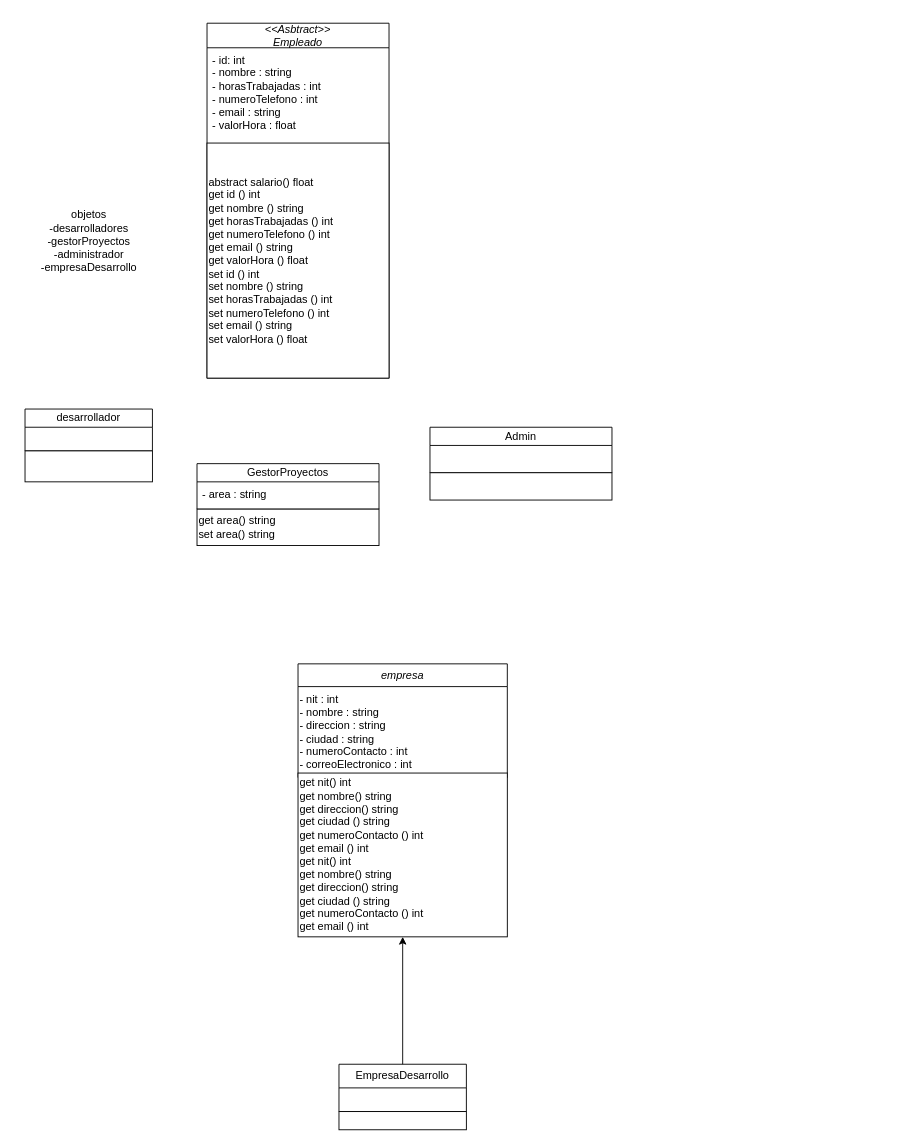
This is POOIUD/taller1/src/taller1.drawio from Leoardila95/POO-IUD, a draw.io file, before an edit. Source tidied: cells renumbered, new cells numbered last; positions are measured from the earlier drawing's top-left corner, leaving out a move shared by most shapes. Both pictures are drawn from the tidied source at 91%, with x=0, y=0 at pixel (25, 23).
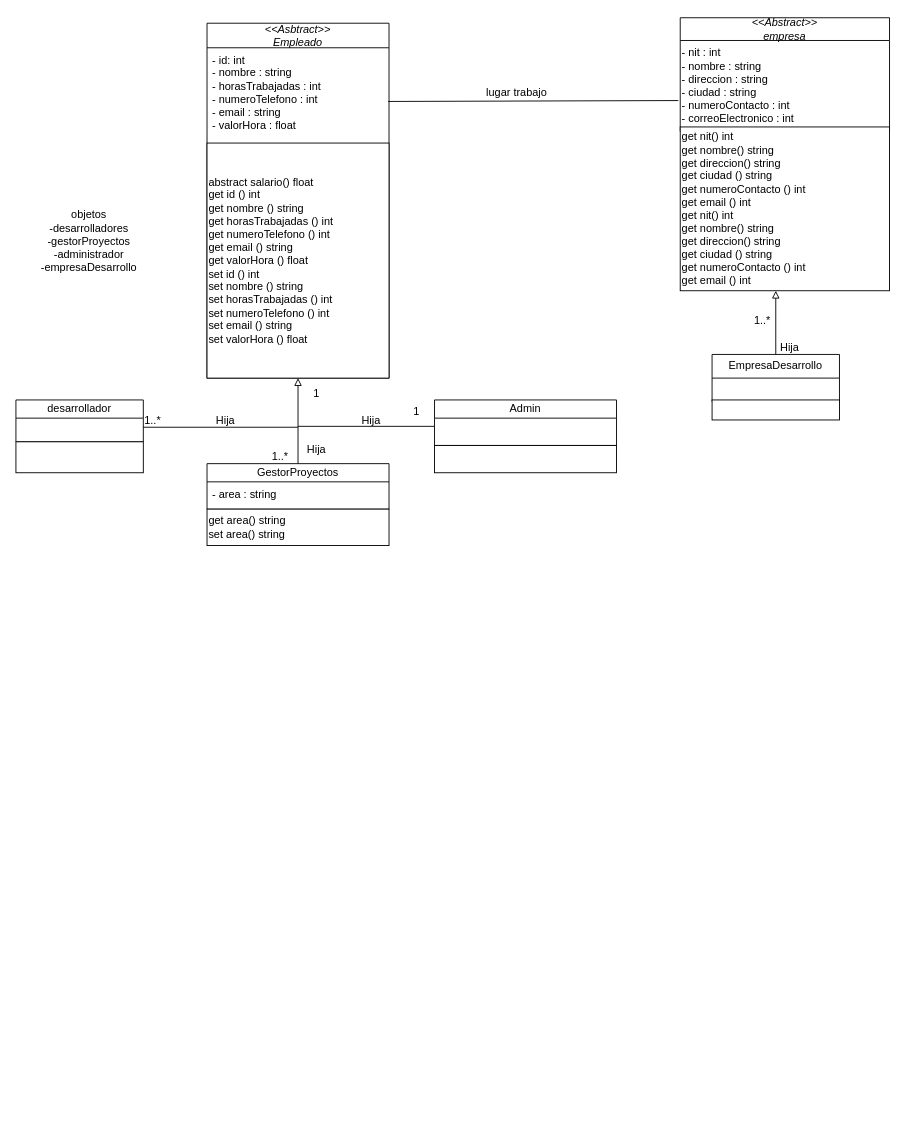
The same diagram, later.

Unchanged cells that the change refers to:
```xml
<mxCell id="7" value="GestorProyectos" style="swimlane;fontStyle=0;horizontal=1;startSize=20;fillColor=none;whiteSpace=wrap;html=1;" parent="6" vertex="1">
  <mxGeometry width="200" height="50" as="geometry" />
</mxCell>
<mxCell id="11" value="&lt;div&gt;&lt;br&gt;&lt;/div&gt;" style="text;strokeColor=none;fillColor=none;align=left;verticalAlign=top;spacingLeft=4;spacingRight=4;overflow=hidden;points=[[0,0.5],[1,0.5]];portConstraint=eastwest;whiteSpace=wrap;html=1;" parent="10" vertex="1">
  <mxGeometry y="20" width="200" height="30" as="geometry" />
</mxCell>
<mxCell id="15" value="EmpresaDesarrollo" style="swimlane;fontStyle=0;horizontal=1;startSize=26;fillColor=none;whiteSpace=wrap;html=1;" parent="14" vertex="1">
  <mxGeometry width="140" height="52" as="geometry" />
</mxCell>
<mxCell id="19" value="- nit : int&lt;div&gt;- nombre : string&lt;/div&gt;&lt;div&gt;- direccion : string&lt;/div&gt;&lt;div&gt;- ciudad : string&lt;/div&gt;&lt;div&gt;- numeroContacto : int&lt;/div&gt;&lt;div&gt;- correoElectronico : int&lt;/div&gt;" style="text;html=1;align=left;verticalAlign=middle;points=[];strokeColor=none;fillColor=none;" parent="18" vertex="1">
  <mxGeometry y="25" width="230" height="100" as="geometry" />
</mxCell>
<mxCell id="20" value="get nit() int&lt;div&gt;get nombre() string&lt;/div&gt;&lt;div&gt;get direccion() string&lt;/div&gt;&lt;div&gt;get ciudad () string&lt;/div&gt;&lt;div&gt;get numeroContacto () int&lt;/div&gt;&lt;div&gt;get email () int&lt;br&gt;&lt;div&gt;get nit() int&lt;div&gt;get nombre() string&lt;/div&gt;&lt;div&gt;get direccion() string&lt;/div&gt;&lt;div&gt;get ciudad () string&lt;/div&gt;&lt;div&gt;get numeroContacto () int&lt;/div&gt;&lt;div&gt;get email () int&lt;/div&gt;&lt;/div&gt;&lt;/div&gt;" style="html=1;whiteSpace=wrap;align=left;" parent="17" vertex="1">
  <mxGeometry y="120" width="230" height="180" as="geometry" />
</mxCell>
<mxCell id="21" value="&lt;i&gt;&amp;lt;&amp;lt;Asbtract&amp;gt;&amp;gt;&lt;/i&gt;&lt;div&gt;&lt;i&gt;Empleado&lt;/i&gt;&lt;/div&gt;" style="swimlane;fontStyle=0;horizontal=1;startSize=27;fillColor=none;whiteSpace=wrap;html=1;" parent="1" vertex="1">
  <mxGeometry x="200" width="200" height="390" as="geometry" />
</mxCell>
<mxCell id="23" value="- id: int&lt;div&gt;- nombre : string&lt;/div&gt;&lt;div&gt;- horasTrabajadas : int&lt;/div&gt;&lt;div&gt;- numeroTelefono : int&lt;/div&gt;&lt;div&gt;- email : string&lt;/div&gt;&lt;div&gt;- valorHora : float&lt;/div&gt;" style="text;strokeColor=none;fillColor=none;align=left;verticalAlign=top;spacingLeft=4;spacingRight=4;overflow=hidden;points=[[0,0.5],[1,0.5]];portConstraint=eastwest;whiteSpace=wrap;html=1;" parent="22" vertex="1">
  <mxGeometry width="200" height="93.5" as="geometry" />
</mxCell>
```

The edit, as a diff of the source:
```diff
@@
     <mxCell id="3" style="group;" parent="1" vertex="1">
-      <mxGeometry y="424" width="140" height="80" as="geometry" />
+      <mxGeometry x="-10" y="414" width="140" height="80" as="geometry" />
     </mxCell>
@@
     <mxCell id="6" style="group;" parent="1" vertex="1">
-      <mxGeometry x="189" y="484" width="200" height="90" as="geometry" />
+      <mxGeometry x="200" y="484" width="200" height="90" as="geometry" />
     </mxCell>
@@
     <mxCell id="10" value="Admin" style="swimlane;fontStyle=0;horizontal=1;startSize=20;fillColor=none;whiteSpace=wrap;html=1;" parent="1" vertex="1">
-      <mxGeometry x="445" y="444" width="200" height="50" as="geometry" />
+      <mxGeometry x="450" y="414" width="200" height="50" as="geometry" />
     </mxCell>
@@
     <mxCell id="12" style="html=1;whiteSpace=wrap;align=left;" parent="1" vertex="1">
-      <mxGeometry x="445" y="494" width="200" height="30" as="geometry" />
+      <mxGeometry x="450" y="464" width="200" height="30" as="geometry" />
     </mxCell>
-    <mxCell id="13" style="edgeStyle=orthogonalEdgeStyle;rounded=0;jettySize=auto;html=1;entryX=0.5;entryY=1;entryDx=0;entryDy=0;" parent="1" edge="1" source="15" target="20">
-      <mxGeometry relative="1" as="geometry" />
-    </mxCell>
     <mxCell id="14" style="group;" parent="1" vertex="1">
-      <mxGeometry x="345" y="1144" width="140" height="72" as="geometry" />
+      <mxGeometry x="755" y="364" width="140" height="72" as="geometry" />
     </mxCell>
@@
     <mxCell id="16" style="html=1;whiteSpace=wrap;" parent="14" vertex="1">
-      <mxGeometry y="52" width="140" height="20" as="geometry" />
+      <mxGeometry y="50" width="140" height="22" as="geometry" />
     </mxCell>
     <mxCell id="17" style="group;" parent="1" vertex="1">
-      <mxGeometry x="300" y="704" width="230" height="300" as="geometry" />
+      <mxGeometry x="720" y="-6" width="230" height="300" as="geometry" />
     </mxCell>
-    <mxCell id="18" value="&lt;i&gt;empresa&lt;/i&gt;" style="swimlane;fontStyle=0;horizontal=1;startSize=25;fillColor=none;whiteSpace=wrap;html=1;" parent="17" vertex="1">
+    <mxCell id="18" value="&lt;i&gt;&amp;lt;&amp;lt;Abstract&amp;gt;&amp;gt;&lt;/i&gt;&lt;div&gt;&lt;i&gt;empresa&lt;/i&gt;&lt;/div&gt;" style="swimlane;fontStyle=0;horizontal=1;startSize=25;fillColor=none;whiteSpace=wrap;html=1;" parent="17" vertex="1">
       <mxGeometry width="230" height="125" as="geometry" />
     </mxCell>
@@
+    <mxCell id="25" style="endArrow=none;html=1;rounded=0;entryX=0.5;entryY=0;entryDx=0;entryDy=0;startArrow=block;startFill=0;exitX=0.5;exitY=1;exitDx=0;exitDy=0;" parent="1" edge="1" source="21" target="7">
+      <mxGeometry relative="1" as="geometry" />
+    </mxCell>
+    <mxCell id="26" style="endArrow=none;html=1;rounded=0;entryX=0;entryY=0.3;entryDx=0;entryDy=0;entryPerimeter=0;" parent="1" edge="1" target="11">
+      <mxGeometry relative="1" as="geometry">
+        <mxPoint x="300" y="443" as="sourcePoint" />
+      </mxGeometry>
+    </mxCell>
+    <mxCell id="27" style="endArrow=none;html=1;rounded=0;" parent="1" edge="1">
+      <mxGeometry relative="1" as="geometry">
+        <mxPoint x="300" y="444" as="sourcePoint" />
+        <mxPoint x="130" y="444" as="targetPoint" />
+      </mxGeometry>
+    </mxCell>
+    <mxCell id="28" style="endArrow=none;html=1;rounded=0;startArrow=block;startFill=0;entryX=0.5;entryY=0;entryDx=0;entryDy=0;" parent="1" edge="1" target="15">
+      <mxGeometry relative="1" as="geometry">
+        <mxPoint x="825" y="294" as="sourcePoint" />
+      </mxGeometry>
+    </mxCell>
+    <mxCell id="29" style="endArrow=none;html=1;rounded=0;entryX=-0.009;entryY=0.66;entryDx=0;entryDy=0;entryPerimeter=0;exitX=0.995;exitY=0.631;exitDx=0;exitDy=0;exitPerimeter=0;" parent="1" edge="1" source="23" target="19">
+      <mxGeometry relative="1" as="geometry" />
+    </mxCell>
+    <mxCell id="30" value="Hija" style="text;html=1;align=center;verticalAlign=middle;strokeColor=none;fillColor=none;" parent="1" vertex="1">
+      <mxGeometry x="360" y="422" width="40" height="30" as="geometry" />
+    </mxCell>
+    <mxCell id="31" value="Hija" style="text;html=1;align=center;verticalAlign=middle;strokeColor=none;fillColor=none;" parent="1" vertex="1">
+      <mxGeometry x="300" y="454" width="40" height="30" as="geometry" />
+    </mxCell>
+    <mxCell id="32" value="Hija" style="text;html=1;align=center;verticalAlign=middle;strokeColor=none;fillColor=none;" parent="1" vertex="1">
+      <mxGeometry x="200" y="422" width="40" height="30" as="geometry" />
+    </mxCell>
+    <mxCell id="33" value="lugar trabajo" style="text;html=1;align=center;verticalAlign=middle;strokeColor=none;fillColor=none;" parent="1" vertex="1">
+      <mxGeometry x="495" y="62" width="90" height="30" as="geometry" />
+    </mxCell>
+    <mxCell id="34" value="Hija" style="text;html=1;align=center;verticalAlign=middle;strokeColor=none;fillColor=none;" parent="1" vertex="1">
+      <mxGeometry x="820" y="342" width="40" height="30" as="geometry" />
+    </mxCell>
+    <mxCell id="35" value="1..*" style="text;html=1;align=center;verticalAlign=middle;strokeColor=none;fillColor=none;" parent="1" vertex="1">
+      <mxGeometry x="120" y="422" width="40" height="30" as="geometry" />
+    </mxCell>
+    <mxCell id="36" value="1..*" style="text;html=1;align=center;verticalAlign=middle;strokeColor=none;fillColor=none;" parent="1" vertex="1">
+      <mxGeometry x="260" y="462" width="40" height="30" as="geometry" />
+    </mxCell>
+    <mxCell id="37" value="1" style="text;html=1;align=center;verticalAlign=middle;strokeColor=none;fillColor=none;" parent="1" vertex="1">
+      <mxGeometry x="415" y="412" width="30" height="30" as="geometry" />
+    </mxCell>
+    <mxCell id="38" value="1" style="text;html=1;align=center;verticalAlign=middle;strokeColor=none;fillColor=none;" parent="1" vertex="1">
+      <mxGeometry x="305" y="392" width="30" height="30" as="geometry" />
+    </mxCell>
+    <mxCell id="39" value="1..*" style="text;html=1;align=center;verticalAlign=middle;strokeColor=none;fillColor=none;" parent="1" vertex="1">
+      <mxGeometry x="790" y="312" width="40" height="30" as="geometry" />
+    </mxCell>
```
